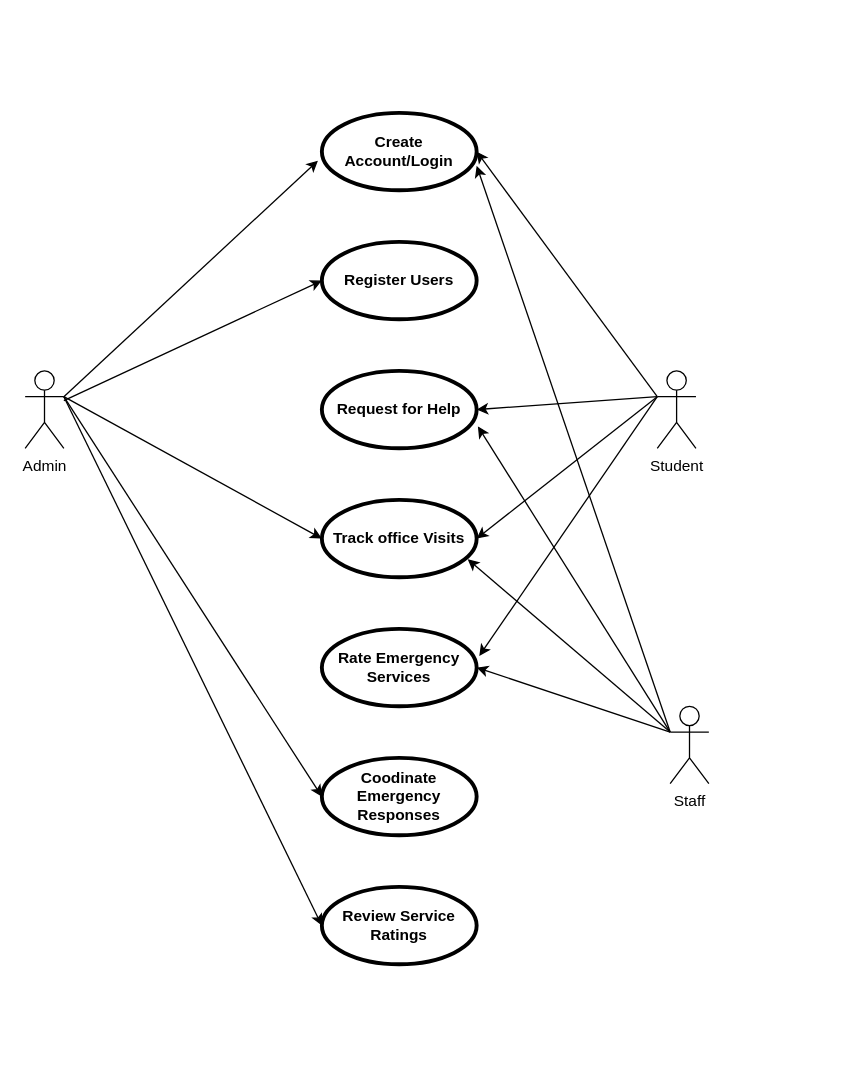
Above: documentation/UML/Usecase.drawio in JohnKibocha/dekut_call_for_help (draw.io), before the change. Source tidied: cells renumbered, new cells numbered last; positions are measured from the earlier drawing's top-left corner, leaving out a move shared by most shapes. Both pictures are drawn from the tidied source at 129%, with x=0, y=0 at pixel (25, 112).
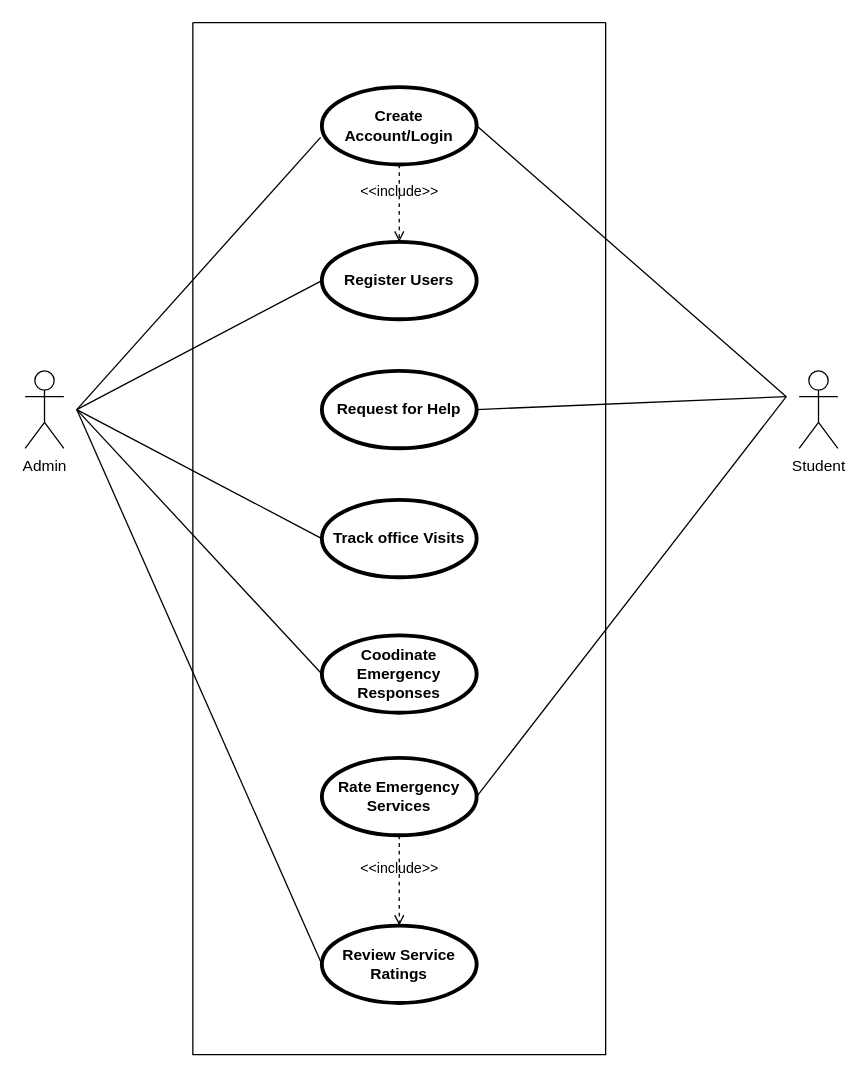
The same diagram, later.

The change refers to these unchanged cells:
```xml
<mxCell id="2" value="Admin" style="shape=umlActor;html=1;verticalLabelPosition=bottom;verticalAlign=top;align=center;" parent="1" vertex="1">
  <mxGeometry y="200" width="30" height="60" as="geometry" />
</mxCell>
<mxCell id="5" value="Register Users" style="shape=ellipse;html=1;strokeWidth=3;fontStyle=1;whiteSpace=wrap;align=center;perimeter=ellipsePerimeter;" parent="1" vertex="1">
  <mxGeometry x="230" y="100" width="120" height="60" as="geometry" />
</mxCell>
<mxCell id="6" value="Request for Help" style="shape=ellipse;html=1;strokeWidth=3;fontStyle=1;whiteSpace=wrap;align=center;perimeter=ellipsePerimeter;" parent="1" vertex="1">
  <mxGeometry x="230" y="200" width="120" height="60" as="geometry" />
</mxCell>
<mxCell id="7" value="Track office Visits" style="shape=ellipse;html=1;strokeWidth=3;fontStyle=1;whiteSpace=wrap;align=center;perimeter=ellipsePerimeter;" parent="1" vertex="1">
  <mxGeometry x="230" y="300" width="120" height="60" as="geometry" />
</mxCell>
```

What changed in the source:
```diff
@@
     <mxCell id="3" value="Student" style="shape=umlActor;html=1;verticalLabelPosition=bottom;verticalAlign=top;align=center;" parent="1" vertex="1">
-      <mxGeometry x="490" y="200" width="30" height="60" as="geometry" />
+      <mxGeometry x="600" y="200" width="30" height="60" as="geometry" />
     </mxCell>
-    <mxCell id="4" value="Create Account/Login" style="shape=ellipse;html=1;strokeWidth=3;fontStyle=1;whiteSpace=wrap;align=center;perimeter=ellipsePerimeter;" parent="1" vertex="1">
-      <mxGeometry x="230" width="120" height="60" as="geometry" />
-    </mxCell>
@@
+    <mxCell id="25" style="swimlane;startSize=0;rounded=1;" parent="1" vertex="1">
+      <mxGeometry x="130" y="-70" width="320" height="800" as="geometry" />
+    </mxCell>
+    <mxCell id="4" value="Create Account/Login" style="shape=ellipse;html=1;strokeWidth=3;fontStyle=1;whiteSpace=wrap;align=center;perimeter=ellipsePerimeter;" parent="25" vertex="1">
+      <mxGeometry x="100" y="50" width="120" height="60" as="geometry" />
+    </mxCell>
+    <mxCell id="9" value="Coodinate Emergency Responses" style="shape=ellipse;html=1;strokeWidth=3;fontStyle=1;whiteSpace=wrap;align=center;perimeter=ellipsePerimeter;" parent="25" vertex="1">
+      <mxGeometry x="100" y="475" width="120" height="60" as="geometry" />
+    </mxCell>
-    <mxCell id="8" value="Rate Emergency Services" style="shape=ellipse;html=1;strokeWidth=3;fontStyle=1;whiteSpace=wrap;align=center;perimeter=ellipsePerimeter;" parent="1" vertex="1">
-      <mxGeometry x="230" y="400" width="120" height="60" as="geometry" />
+    <mxCell id="8" value="Rate Emergency Services" style="shape=ellipse;html=1;strokeWidth=3;fontStyle=1;whiteSpace=wrap;align=center;perimeter=ellipsePerimeter;" parent="25" vertex="1">
+      <mxGeometry x="100" y="570" width="120" height="60" as="geometry" />
     </mxCell>
-    <mxCell id="9" value="Coodinate Emergency Responses" style="shape=ellipse;html=1;strokeWidth=3;fontStyle=1;whiteSpace=wrap;align=center;perimeter=ellipsePerimeter;" parent="1" vertex="1">
-      <mxGeometry x="230" y="500" width="120" height="60" as="geometry" />
-    </mxCell>
-    <mxCell id="10" style="endArrow=classic;html=1;rounded=0;entryX=-0.025;entryY=0.617;entryDx=0;entryDy=0;entryPerimeter=0;exitX=1;exitY=0.3333333333333333;exitDx=0;exitDy=0;exitPerimeter=0;" parent="1" edge="1" source="2" target="4">
-      <mxGeometry relative="1" as="geometry" />
-    </mxCell>
-    <mxCell id="11" style="endArrow=classic;html=1;rounded=0;entryX=0;entryY=0.5;entryDx=0;entryDy=0;" parent="1" edge="1" source="2" target="5">
-      <mxGeometry relative="1" as="geometry" />
-    </mxCell>
-    <mxCell id="12" style="endArrow=classic;html=1;rounded=0;entryX=0;entryY=0.5;entryDx=0;entryDy=0;exitX=1;exitY=0.3333333333333333;exitDx=0;exitDy=0;exitPerimeter=0;" parent="1" edge="1" source="2" target="7">
-      <mxGeometry relative="1" as="geometry" />
-    </mxCell>
-    <mxCell id="13" value="Review Service Ratings" style="shape=ellipse;html=1;strokeWidth=3;fontStyle=1;whiteSpace=wrap;align=center;perimeter=ellipsePerimeter;" parent="1" vertex="1">
-      <mxGeometry x="230" y="600" width="120" height="60" as="geometry" />
+    <mxCell id="13" value="Review Service Ratings" style="shape=ellipse;html=1;strokeWidth=3;fontStyle=1;whiteSpace=wrap;align=center;perimeter=ellipsePerimeter;" parent="25" vertex="1">
+      <mxGeometry x="100" y="700" width="120" height="60" as="geometry" />
     </mxCell>
-    <mxCell id="14" style="endArrow=classic;html=1;rounded=0;entryX=0;entryY=0.5;entryDx=0;entryDy=0;" parent="1" edge="1" target="13">
-      <mxGeometry relative="1" as="geometry">
-        <mxPoint x="30" y="220" as="sourcePoint" />
-      </mxGeometry>
-    </mxCell>
-    <mxCell id="15" style="endArrow=classic;html=1;rounded=0;entryX=0;entryY=0.5;entryDx=0;entryDy=0;" parent="1" edge="1" target="9">
-      <mxGeometry relative="1" as="geometry">
-        <mxPoint x="30" y="220" as="sourcePoint" />
-      </mxGeometry>
-    </mxCell>
-    <mxCell id="16" style="endArrow=classic;html=1;rounded=0;exitX=0;exitY=0.3333333333333333;exitDx=0;exitDy=0;exitPerimeter=0;entryX=1;entryY=0.5;entryDx=0;entryDy=0;" parent="1" edge="1" source="3" target="4">
-      <mxGeometry relative="1" as="geometry" />
-    </mxCell>
-    <mxCell id="17" style="endArrow=classic;html=1;rounded=0;exitX=0;exitY=0.3333333333333333;exitDx=0;exitDy=0;exitPerimeter=0;entryX=1;entryY=0.5;entryDx=0;entryDy=0;" parent="1" edge="1" source="3" target="6">
-      <mxGeometry relative="1" as="geometry" />
-    </mxCell>
-    <mxCell id="18" style="endArrow=classic;html=1;rounded=0;entryX=1;entryY=0.5;entryDx=0;entryDy=0;" parent="1" edge="1" target="7">
-      <mxGeometry relative="1" as="geometry">
-        <mxPoint x="490" y="220" as="sourcePoint" />
-      </mxGeometry>
-    </mxCell>
-    <mxCell id="19" style="endArrow=classic;html=1;rounded=0;entryX=1.017;entryY=0.35;entryDx=0;entryDy=0;entryPerimeter=0;exitX=0;exitY=0.3333333333333333;exitDx=0;exitDy=0;exitPerimeter=0;" parent="1" edge="1" source="3" target="8">
-      <mxGeometry relative="1" as="geometry" />
-    </mxCell>
-    <mxCell id="20" value="Staff" style="shape=umlActor;html=1;verticalLabelPosition=bottom;verticalAlign=top;align=center;" parent="1" vertex="1">
-      <mxGeometry x="500" y="460" width="30" height="60" as="geometry" />
-    </mxCell>
-    <mxCell id="21" style="endArrow=classic;html=1;rounded=0;exitX=0;exitY=0.3333333333333333;exitDx=0;exitDy=0;exitPerimeter=0;entryX=1;entryY=0.683;entryDx=0;entryDy=0;entryPerimeter=0;" parent="1" edge="1" source="20" target="4">
-      <mxGeometry relative="1" as="geometry" />
-    </mxCell>
-    <mxCell id="22" style="endArrow=classic;html=1;rounded=0;exitX=0;exitY=0.3333333333333333;exitDx=0;exitDy=0;exitPerimeter=0;entryX=1.008;entryY=0.717;entryDx=0;entryDy=0;entryPerimeter=0;" parent="1" edge="1" source="20" target="6">
-      <mxGeometry relative="1" as="geometry" />
-    </mxCell>
-    <mxCell id="23" style="endArrow=classic;html=1;rounded=0;entryX=0.942;entryY=0.767;entryDx=0;entryDy=0;entryPerimeter=0;" parent="1" edge="1" target="7">
-      <mxGeometry relative="1" as="geometry">
-        <mxPoint x="500" y="480" as="sourcePoint" />
-      </mxGeometry>
-    </mxCell>
-    <mxCell id="24" style="endArrow=classic;html=1;rounded=0;entryX=1;entryY=0.5;entryDx=0;entryDy=0;" parent="1" edge="1" target="8">
-      <mxGeometry relative="1" as="geometry">
-        <mxPoint x="500" y="480" as="sourcePoint" />
-      </mxGeometry>
-    </mxCell>
+    <mxCell id="26" value="&amp;lt;&amp;lt;include&amp;gt;&amp;gt;" style="html=1;verticalAlign=bottom;labelBackgroundColor=none;endArrow=open;endFill=0;dashed=1;rounded=0;exitX=0.5;exitY=1;exitDx=0;exitDy=0;entryX=0.5;entryY=0;entryDx=0;entryDy=0;" parent="25" edge="1" source="8" target="13">
+      <mxGeometry relative="1" as="geometry" />
+    </mxCell>
+    <mxCell id="27" value="&amp;lt;&amp;lt;include&amp;gt;&amp;gt;" style="html=1;verticalAlign=bottom;labelBackgroundColor=none;endArrow=open;endFill=0;dashed=1;rounded=0;exitX=0.5;exitY=1;exitDx=0;exitDy=0;entryX=0.5;entryY=0;entryDx=0;entryDy=0;" parent="1" edge="1" source="4" target="5">
+      <mxGeometry relative="1" as="geometry" />
+    </mxCell>
+    <mxCell id="28" style="endArrow=none;html=1;rounded=0;entryX=-0.008;entryY=0.65;entryDx=0;entryDy=0;entryPerimeter=0;" parent="1" edge="1" target="4">
+      <mxGeometry relative="1" as="geometry">
+        <mxPoint x="40" y="230" as="sourcePoint" />
+      </mxGeometry>
+    </mxCell>
+    <mxCell id="29" style="endArrow=none;html=1;rounded=0;entryX=0;entryY=0.5;entryDx=0;entryDy=0;" parent="1" edge="1" target="5">
+      <mxGeometry relative="1" as="geometry">
+        <mxPoint x="40" y="230" as="sourcePoint" />
+      </mxGeometry>
+    </mxCell>
+    <mxCell id="30" style="endArrow=none;html=1;rounded=0;entryX=0;entryY=0.5;entryDx=0;entryDy=0;" parent="1" edge="1" target="7">
+      <mxGeometry relative="1" as="geometry">
+        <mxPoint x="40" y="230" as="sourcePoint" />
+      </mxGeometry>
+    </mxCell>
+    <mxCell id="31" style="endArrow=none;html=1;rounded=0;entryX=0;entryY=0.5;entryDx=0;entryDy=0;" parent="1" edge="1" target="9">
+      <mxGeometry relative="1" as="geometry">
+        <mxPoint x="40" y="230" as="sourcePoint" />
+      </mxGeometry>
+    </mxCell>
+    <mxCell id="32" style="endArrow=none;html=1;rounded=0;entryX=0;entryY=0.5;entryDx=0;entryDy=0;" parent="1" edge="1" target="13">
+      <mxGeometry relative="1" as="geometry">
+        <mxPoint x="40" y="230" as="sourcePoint" />
+      </mxGeometry>
+    </mxCell>
+    <mxCell id="33" style="endArrow=none;html=1;rounded=0;exitX=1;exitY=0.5;exitDx=0;exitDy=0;" parent="1" edge="1" source="4">
+      <mxGeometry relative="1" as="geometry">
+        <mxPoint x="590" y="220" as="targetPoint" />
+      </mxGeometry>
+    </mxCell>
+    <mxCell id="34" style="endArrow=none;html=1;rounded=0;exitX=1;exitY=0.5;exitDx=0;exitDy=0;" parent="1" edge="1" source="6">
+      <mxGeometry relative="1" as="geometry">
+        <mxPoint x="590" y="220" as="targetPoint" />
+      </mxGeometry>
+    </mxCell>
+    <mxCell id="35" style="endArrow=none;html=1;rounded=0;exitX=1;exitY=0.5;exitDx=0;exitDy=0;" parent="1" edge="1" source="8">
+      <mxGeometry relative="1" as="geometry">
+        <mxPoint x="590" y="220" as="targetPoint" />
+      </mxGeometry>
+    </mxCell>
```
